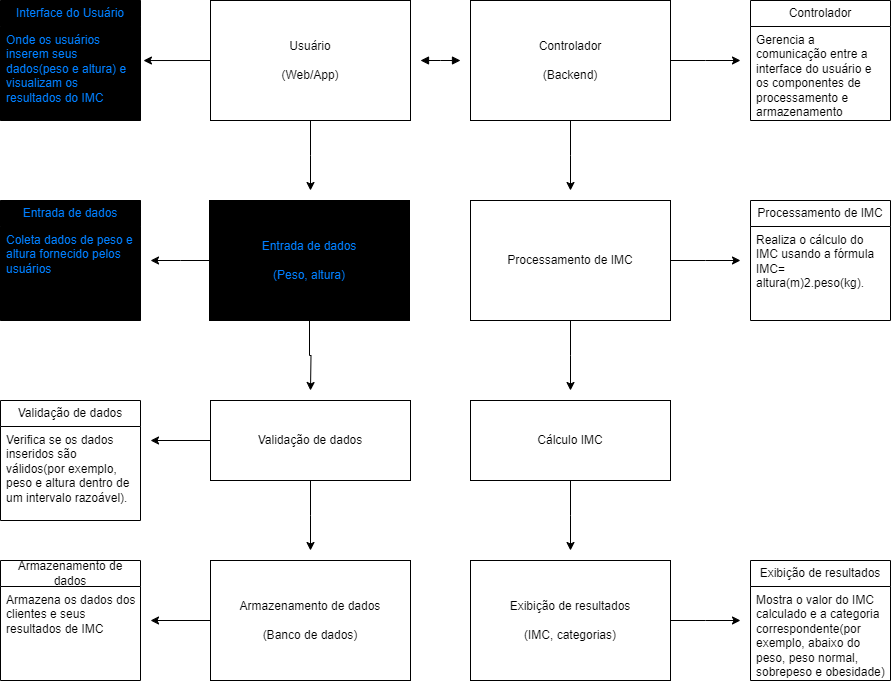
Zaibam/Desenvolvimento-De-Sistemas-1 keeps this draw.io diagram as Imc.drawio.png. Above is the earlier version. Source tidied: cells renumbered, new cells last; positions are measured from the earlier drawing's top-left corner, leaving out a move shared by most shapes.
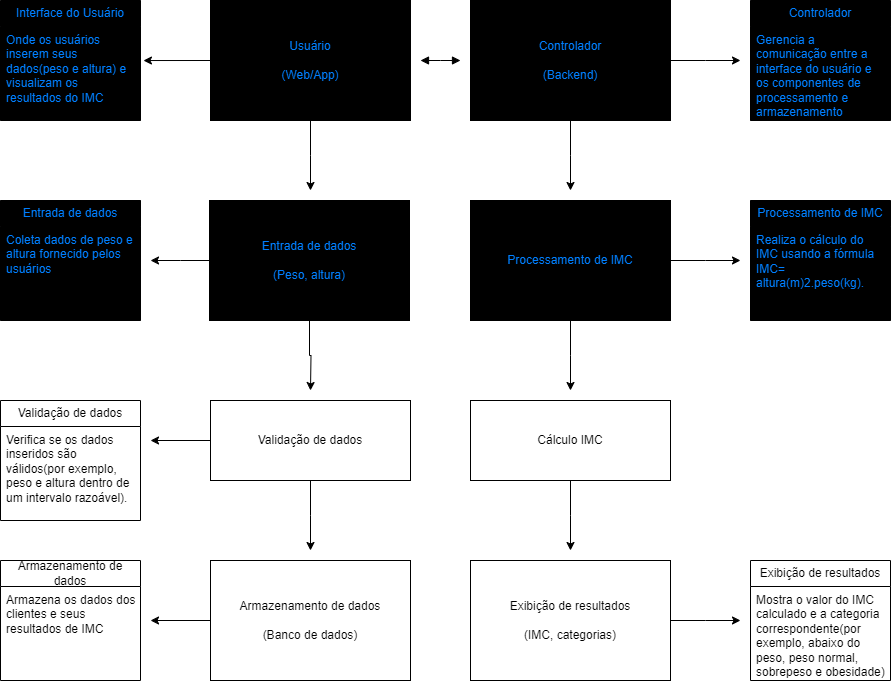
Later version of the same file.

What changed in the source:
```diff
@@ -7,7 +7,7 @@
         <mxPoint x="310" y="190" as="targetPoint" />
       </mxGeometry>
     </mxCell>
-    <mxCell id="3" value="Usuário&lt;br&gt;&lt;br&gt;(Web/App)" style="html=1;whiteSpace=wrap;" parent="1" vertex="1">
+    <mxCell id="3" value="Usuário&lt;br&gt;&lt;br&gt;(Web/App)" style="html=1;whiteSpace=wrap;strokeColor=#000000;fillColor=#000000;fontColor=#007FFF;" parent="1" vertex="1">
       <mxGeometry x="210" width="200" height="120" as="geometry" />
     </mxCell>
     <mxCell id="4" style="edgeStyle=orthogonalEdgeStyle;rounded=0;jettySize=auto;html=1;exitX=0.5;exitY=1;exitDx=0;exitDy=0;" parent="1" edge="1" source="6">
@@ -20,7 +20,7 @@
         <mxPoint x="740" y="60" as="targetPoint" />
       </mxGeometry>
     </mxCell>
-    <mxCell id="6" value="Controlador&lt;br&gt;&lt;br&gt;(Backend)" style="html=1;whiteSpace=wrap;" parent="1" vertex="1">
+    <mxCell id="6" value="Controlador&lt;br&gt;&lt;br&gt;(Backend)" style="html=1;whiteSpace=wrap;fontColor=#007FFF;fillColor=#000000;" parent="1" vertex="1">
       <mxGeometry x="470" width="200" height="120" as="geometry" />
     </mxCell>
     <mxCell id="7" style="edgeStyle=orthogonalEdgeStyle;rounded=0;jettySize=auto;html=1;exitX=0.5;exitY=1;exitDx=0;exitDy=0;" parent="1" edge="1" source="9">
@@ -46,7 +46,7 @@
         <mxPoint x="740" y="260" as="targetPoint" />
       </mxGeometry>
     </mxCell>
-    <mxCell id="12" value="Processamento de IMC" style="html=1;whiteSpace=wrap;" parent="1" vertex="1">
+    <mxCell id="12" value="Processamento de IMC" style="html=1;whiteSpace=wrap;fillColor=#000000;fontColor=#007FFF;" parent="1" vertex="1">
       <mxGeometry x="470" y="200" width="200" height="120" as="geometry" />
     </mxCell>
     <mxCell id="13" style="edgeStyle=orthogonalEdgeStyle;rounded=0;jettySize=auto;html=1;exitX=0.5;exitY=1;exitDx=0;exitDy=0;" parent="1" edge="1" source="15">
@@ -101,10 +101,10 @@
     <mxCell id="26" value="Coleta dados de peso e altura fornecido pelos usuários&lt;div&gt;&lt;br&gt;&lt;/div&gt;" style="text;strokeColor=none;fillColor=#000000;align=left;verticalAlign=top;spacingLeft=4;spacingRight=4;overflow=hidden;whiteSpace=wrap;html=1;fontColor=#007FFF;" parent="25" vertex="1">
       <mxGeometry y="26" width="140" height="94" as="geometry" />
     </mxCell>
-    <mxCell id="27" value="Controlador" style="swimlane;fontStyle=0;horizontal=1;startSize=26;fillColor=none;whiteSpace=wrap;html=1;" parent="1" vertex="1">
+    <mxCell id="27" value="Controlador" style="swimlane;fontStyle=0;horizontal=1;startSize=26;fillColor=#000000;whiteSpace=wrap;html=1;fontColor=#007FFF;" parent="1" vertex="1">
       <mxGeometry x="750" width="140" height="120" as="geometry" />
     </mxCell>
-    <mxCell id="28" value="Gerencia a comunicação entre a interface do usuário e os componentes de processamento e armazenamento" style="text;strokeColor=none;fillColor=none;align=left;verticalAlign=top;spacingLeft=4;spacingRight=4;overflow=hidden;whiteSpace=wrap;html=1;" parent="27" vertex="1">
+    <mxCell id="28" value="Gerencia a comunicação entre a interface do usuário e os componentes de processamento e armazenamento" style="text;strokeColor=none;fillColor=#000000;align=left;verticalAlign=top;spacingLeft=4;spacingRight=4;overflow=hidden;whiteSpace=wrap;html=1;fontColor=#007FFF;" parent="27" vertex="1">
       <mxGeometry y="26" width="140" height="94" as="geometry" />
     </mxCell>
     <mxCell id="29" style="endArrow=block;startArrow=block;endFill=1;startFill=1;html=1;rounded=0;" parent="1" edge="1">
@@ -116,10 +116,10 @@
         </Array>
       </mxGeometry>
     </mxCell>
-    <mxCell id="30" value="Processamento de IMC" style="swimlane;fontStyle=0;horizontal=1;startSize=26;fillColor=none;whiteSpace=wrap;html=1;" parent="1" vertex="1">
+    <mxCell id="30" value="Processamento de IMC" style="swimlane;fontStyle=0;horizontal=1;startSize=26;fillColor=#000000;whiteSpace=wrap;html=1;fontColor=#007FFF;" parent="1" vertex="1">
       <mxGeometry x="750" y="200" width="140" height="120" as="geometry" />
     </mxCell>
-    <mxCell id="31" value="Realiza o cálculo do IMC usando a fórmula IMC= altura(m)2.peso(kg)." style="text;strokeColor=none;fillColor=none;align=left;verticalAlign=top;spacingLeft=4;spacingRight=4;overflow=hidden;whiteSpace=wrap;html=1;" parent="30" vertex="1">
+    <mxCell id="31" value="Realiza o cálculo do IMC usando a fórmula IMC= altura(m)2.peso(kg)." style="text;strokeColor=none;fillColor=#000000;align=left;verticalAlign=top;spacingLeft=4;spacingRight=4;overflow=hidden;whiteSpace=wrap;html=1;fontColor=#007FFF;" parent="30" vertex="1">
       <mxGeometry y="26" width="140" height="94" as="geometry" />
     </mxCell>
     <mxCell id="32" value="Exibição de resultados" style="swimlane;fontStyle=0;horizontal=1;startSize=26;fillColor=none;whiteSpace=wrap;html=1;" parent="1" vertex="1">
```
